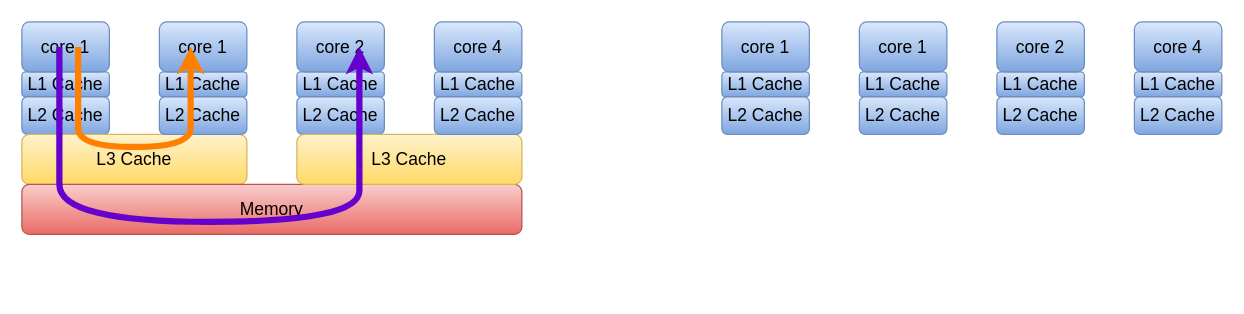
Above: verilator_digrams/通信方案.drawio in Dercury/CLDK (draw.io), before the change. Source tidied: cells renumbered, new cells numbered last; positions are measured from the earlier drawing's top-left corner, leaving out a move shared by most shapes. Both pictures are drawn from the tidied source at 125%, with x=0, y=0 at pixel (21, 21).
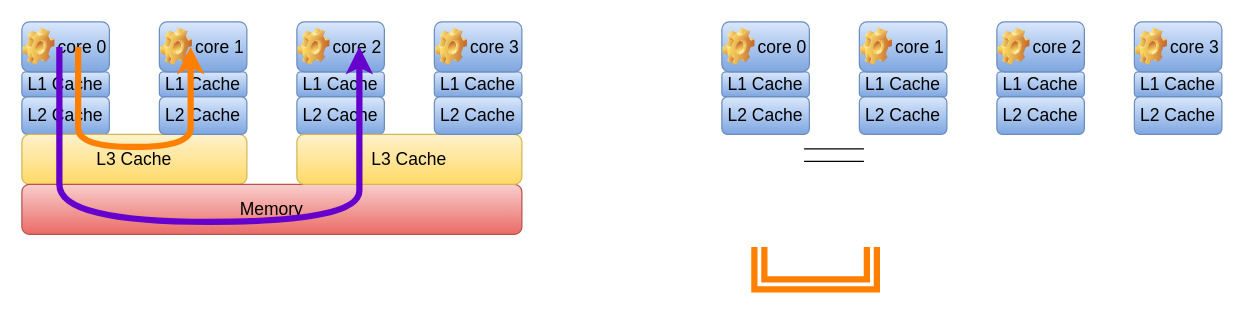
Above is the later version.

Commit message (it also covers changes not shown here):
更新通信方案.drawio

Diff of the diagram source:
```diff
@@
-    <mxCell id="3" value="core 1" style="rounded=1;whiteSpace=wrap;html=1;fillColor=#dae8fc;gradientColor=#7ea6e0;strokeColor=#6c8ebf;fontSize=14;" parent="1" vertex="1">
-      <mxGeometry width="70" height="40" as="geometry" />
-    </mxCell>
@@
-    <mxCell id="7" value="core 1" style="rounded=1;whiteSpace=wrap;html=1;fillColor=#dae8fc;gradientColor=#7ea6e0;strokeColor=#6c8ebf;fontSize=14;" parent="1" vertex="1">
-      <mxGeometry x="110" width="70" height="40" as="geometry" />
-    </mxCell>
@@
-    <mxCell id="11" value="core 2" style="rounded=1;whiteSpace=wrap;html=1;fillColor=#dae8fc;gradientColor=#7ea6e0;strokeColor=#6c8ebf;fontSize=14;" parent="1" vertex="1">
-      <mxGeometry x="220" width="70" height="40" as="geometry" />
-    </mxCell>
@@
-    <mxCell id="15" value="core 4" style="rounded=1;whiteSpace=wrap;html=1;fillColor=#dae8fc;gradientColor=#7ea6e0;strokeColor=#6c8ebf;fontSize=14;" parent="1" vertex="1">
-      <mxGeometry x="330" width="70" height="40" as="geometry" />
-    </mxCell>
@@
+    <mxCell id="19" value="L1 Cache" style="rounded=1;whiteSpace=wrap;html=1;fillColor=#dae8fc;gradientColor=#7ea6e0;strokeColor=#6c8ebf;fontSize=14;" parent="1" vertex="1">
+      <mxGeometry x="560" y="40" width="70" height="20" as="geometry" />
+    </mxCell>
+    <mxCell id="21" value="L2 Cache" style="rounded=1;whiteSpace=wrap;html=1;fillColor=#dae8fc;gradientColor=#7ea6e0;strokeColor=#6c8ebf;fontSize=14;" parent="1" vertex="1">
+      <mxGeometry x="560" y="60" width="70" height="30" as="geometry" />
+    </mxCell>
+    <mxCell id="22" value="L1 Cache" style="rounded=1;whiteSpace=wrap;html=1;fillColor=#dae8fc;gradientColor=#7ea6e0;strokeColor=#6c8ebf;fontSize=14;" parent="1" vertex="1">
+      <mxGeometry x="670" y="40" width="70" height="20" as="geometry" />
+    </mxCell>
+    <mxCell id="24" value="L2 Cache" style="rounded=1;whiteSpace=wrap;html=1;fillColor=#dae8fc;gradientColor=#7ea6e0;strokeColor=#6c8ebf;fontSize=14;" parent="1" vertex="1">
+      <mxGeometry x="670" y="60" width="70" height="30" as="geometry" />
+    </mxCell>
+    <mxCell id="25" value="L1 Cache" style="rounded=1;whiteSpace=wrap;html=1;fillColor=#dae8fc;gradientColor=#7ea6e0;strokeColor=#6c8ebf;fontSize=14;" parent="1" vertex="1">
+      <mxGeometry x="780" y="40" width="70" height="20" as="geometry" />
+    </mxCell>
+    <mxCell id="27" value="L2 Cache" style="rounded=1;whiteSpace=wrap;html=1;fillColor=#dae8fc;gradientColor=#7ea6e0;strokeColor=#6c8ebf;fontSize=14;" parent="1" vertex="1">
+      <mxGeometry x="780" y="60" width="70" height="30" as="geometry" />
+    </mxCell>
+    <mxCell id="28" value="L1 Cache" style="rounded=1;whiteSpace=wrap;html=1;fillColor=#dae8fc;gradientColor=#7ea6e0;strokeColor=#6c8ebf;fontSize=14;" parent="1" vertex="1">
+      <mxGeometry x="890" y="40" width="70" height="20" as="geometry" />
+    </mxCell>
+    <mxCell id="30" value="L2 Cache" style="rounded=1;whiteSpace=wrap;html=1;fillColor=#dae8fc;gradientColor=#7ea6e0;strokeColor=#6c8ebf;fontSize=14;" parent="1" vertex="1">
+      <mxGeometry x="890" y="60" width="70" height="30" as="geometry" />
+    </mxCell>
+    <mxCell id="31" style="shape=partialRectangle;whiteSpace=wrap;html=1;top=0;bottom=0;fillColor=none;rotation=90;" parent="1" vertex="1">
+      <mxGeometry x="644.7" y="83.1" width="10" height="46.9" as="geometry" />
+    </mxCell>
+    <mxCell id="32" style="curved=1;endArrow=classic;html=1;rounded=0;strokeColor=#FF8000;strokeWidth=5;shape=link;" parent="1" edge="1">
+      <mxGeometry relative="1" as="geometry">
+        <mxPoint x="590" y="180" as="sourcePoint" />
+        <mxPoint x="680" y="180" as="targetPoint" />
+        <Array as="points">
+          <mxPoint x="590" y="180" />
+          <mxPoint x="590" y="210" />
+          <mxPoint x="680" y="210" />
+          <mxPoint x="680" y="180" />
+        </Array>
+      </mxGeometry>
+    </mxCell>
+    <mxCell id="33" style="group;" parent="1" vertex="1">
+      <mxGeometry width="70" height="40" as="geometry" />
+    </mxCell>
+    <mxCell id="3" value="core 0" style="rounded=1;whiteSpace=wrap;html=1;fillColor=#dae8fc;gradientColor=#7ea6e0;strokeColor=#6c8ebf;fontSize=14;align=right;" parent="33" vertex="1">
+      <mxGeometry width="70" height="40" as="geometry" />
+    </mxCell>
+    <mxCell id="34" style="shape=image;html=1;verticalLabelPosition=bottom;verticalAlign=top;imageAspect=1;image=img/clipart/Gear_128x128.png;" parent="33" vertex="1">
+      <mxGeometry x="1" y="5" width="25.6" height="30" as="geometry" />
+    </mxCell>
+    <mxCell id="35" style="group;" parent="1" vertex="1">
+      <mxGeometry x="110" width="70" height="40" as="geometry" />
+    </mxCell>
+    <mxCell id="36" value="core 1" style="rounded=1;whiteSpace=wrap;html=1;fillColor=#dae8fc;gradientColor=#7ea6e0;strokeColor=#6c8ebf;fontSize=14;align=right;" parent="35" vertex="1">
+      <mxGeometry width="70" height="40" as="geometry" />
+    </mxCell>
+    <mxCell id="37" style="shape=image;html=1;verticalLabelPosition=bottom;verticalAlign=top;imageAspect=1;image=img/clipart/Gear_128x128.png;" parent="35" vertex="1">
+      <mxGeometry x="1" y="5" width="25.6" height="30" as="geometry" />
+    </mxCell>
+    <mxCell id="38" style="group;" parent="1" vertex="1">
+      <mxGeometry x="220" width="70" height="40" as="geometry" />
+    </mxCell>
+    <mxCell id="39" value="core 2" style="rounded=1;whiteSpace=wrap;html=1;fillColor=#dae8fc;gradientColor=#7ea6e0;strokeColor=#6c8ebf;fontSize=14;align=right;" parent="38" vertex="1">
+      <mxGeometry width="70" height="40" as="geometry" />
+    </mxCell>
+    <mxCell id="40" style="shape=image;html=1;verticalLabelPosition=bottom;verticalAlign=top;imageAspect=1;image=img/clipart/Gear_128x128.png;" parent="38" vertex="1">
+      <mxGeometry x="1" y="5" width="25.6" height="30" as="geometry" />
+    </mxCell>
+    <mxCell id="41" style="group;" parent="1" vertex="1">
+      <mxGeometry x="330" width="70" height="40" as="geometry" />
+    </mxCell>
+    <mxCell id="42" value="core 3" style="rounded=1;whiteSpace=wrap;html=1;fillColor=#dae8fc;gradientColor=#7ea6e0;strokeColor=#6c8ebf;fontSize=14;align=right;" parent="41" vertex="1">
+      <mxGeometry width="70" height="40" as="geometry" />
+    </mxCell>
+    <mxCell id="43" style="shape=image;html=1;verticalLabelPosition=bottom;verticalAlign=top;imageAspect=1;image=img/clipart/Gear_128x128.png;" parent="41" vertex="1">
+      <mxGeometry x="1" y="5" width="25.6" height="30" as="geometry" />
+    </mxCell>
@@
-    <mxCell id="19" value="L1 Cache" style="rounded=1;whiteSpace=wrap;html=1;fillColor=#dae8fc;gradientColor=#7ea6e0;strokeColor=#6c8ebf;fontSize=14;" parent="1" vertex="1">
-      <mxGeometry x="560" y="40" width="70" height="20" as="geometry" />
-    </mxCell>
-    <mxCell id="20" value="core 1" style="rounded=1;whiteSpace=wrap;html=1;fillColor=#dae8fc;gradientColor=#7ea6e0;strokeColor=#6c8ebf;fontSize=14;" parent="1" vertex="1">
-      <mxGeometry x="560" width="70" height="40" as="geometry" />
-    </mxCell>
-    <mxCell id="21" value="L2 Cache" style="rounded=1;whiteSpace=wrap;html=1;fillColor=#dae8fc;gradientColor=#7ea6e0;strokeColor=#6c8ebf;fontSize=14;" parent="1" vertex="1">
-      <mxGeometry x="560" y="60" width="70" height="30" as="geometry" />
-    </mxCell>
-    <mxCell id="22" value="L1 Cache" style="rounded=1;whiteSpace=wrap;html=1;fillColor=#dae8fc;gradientColor=#7ea6e0;strokeColor=#6c8ebf;fontSize=14;" parent="1" vertex="1">
-      <mxGeometry x="670" y="40" width="70" height="20" as="geometry" />
-    </mxCell>
-    <mxCell id="23" value="core 1" style="rounded=1;whiteSpace=wrap;html=1;fillColor=#dae8fc;gradientColor=#7ea6e0;strokeColor=#6c8ebf;fontSize=14;" parent="1" vertex="1">
-      <mxGeometry x="670" width="70" height="40" as="geometry" />
-    </mxCell>
-    <mxCell id="24" value="L2 Cache" style="rounded=1;whiteSpace=wrap;html=1;fillColor=#dae8fc;gradientColor=#7ea6e0;strokeColor=#6c8ebf;fontSize=14;" parent="1" vertex="1">
-      <mxGeometry x="670" y="60" width="70" height="30" as="geometry" />
-    </mxCell>
-    <mxCell id="25" value="L1 Cache" style="rounded=1;whiteSpace=wrap;html=1;fillColor=#dae8fc;gradientColor=#7ea6e0;strokeColor=#6c8ebf;fontSize=14;" parent="1" vertex="1">
-      <mxGeometry x="780" y="40" width="70" height="20" as="geometry" />
-    </mxCell>
-    <mxCell id="26" value="core 2" style="rounded=1;whiteSpace=wrap;html=1;fillColor=#dae8fc;gradientColor=#7ea6e0;strokeColor=#6c8ebf;fontSize=14;" parent="1" vertex="1">
-      <mxGeometry x="780" width="70" height="40" as="geometry" />
-    </mxCell>
-    <mxCell id="27" value="L2 Cache" style="rounded=1;whiteSpace=wrap;html=1;fillColor=#dae8fc;gradientColor=#7ea6e0;strokeColor=#6c8ebf;fontSize=14;" parent="1" vertex="1">
-      <mxGeometry x="780" y="60" width="70" height="30" as="geometry" />
-    </mxCell>
-    <mxCell id="28" value="L1 Cache" style="rounded=1;whiteSpace=wrap;html=1;fillColor=#dae8fc;gradientColor=#7ea6e0;strokeColor=#6c8ebf;fontSize=14;" parent="1" vertex="1">
-      <mxGeometry x="890" y="40" width="70" height="20" as="geometry" />
-    </mxCell>
-    <mxCell id="29" value="core 4" style="rounded=1;whiteSpace=wrap;html=1;fillColor=#dae8fc;gradientColor=#7ea6e0;strokeColor=#6c8ebf;fontSize=14;" parent="1" vertex="1">
-      <mxGeometry x="890" width="70" height="40" as="geometry" />
-    </mxCell>
-    <mxCell id="30" value="L2 Cache" style="rounded=1;whiteSpace=wrap;html=1;fillColor=#dae8fc;gradientColor=#7ea6e0;strokeColor=#6c8ebf;fontSize=14;" parent="1" vertex="1">
-      <mxGeometry x="890" y="60" width="70" height="30" as="geometry" />
-    </mxCell>
+    <mxCell id="44" style="group;" parent="1" vertex="1">
+      <mxGeometry x="560" width="70" height="40" as="geometry" />
+    </mxCell>
+    <mxCell id="45" value="core 0" style="rounded=1;whiteSpace=wrap;html=1;fillColor=#dae8fc;gradientColor=#7ea6e0;strokeColor=#6c8ebf;fontSize=14;align=right;" parent="44" vertex="1">
+      <mxGeometry width="70" height="40" as="geometry" />
+    </mxCell>
+    <mxCell id="46" style="shape=image;html=1;verticalLabelPosition=bottom;verticalAlign=top;imageAspect=1;image=img/clipart/Gear_128x128.png;" parent="44" vertex="1">
+      <mxGeometry x="1" y="5" width="25.6" height="30" as="geometry" />
+    </mxCell>
+    <mxCell id="47" style="group;" parent="1" vertex="1">
+      <mxGeometry x="670" width="70" height="40" as="geometry" />
+    </mxCell>
+    <mxCell id="48" value="core 1" style="rounded=1;whiteSpace=wrap;html=1;fillColor=#dae8fc;gradientColor=#7ea6e0;strokeColor=#6c8ebf;fontSize=14;align=right;" parent="47" vertex="1">
+      <mxGeometry width="70" height="40" as="geometry" />
+    </mxCell>
+    <mxCell id="49" style="shape=image;html=1;verticalLabelPosition=bottom;verticalAlign=top;imageAspect=1;image=img/clipart/Gear_128x128.png;" parent="47" vertex="1">
+      <mxGeometry x="1" y="5" width="25.6" height="30" as="geometry" />
+    </mxCell>
+    <mxCell id="50" style="group;" parent="1" vertex="1">
+      <mxGeometry x="780" width="70" height="40" as="geometry" />
+    </mxCell>
+    <mxCell id="51" value="core 2" style="rounded=1;whiteSpace=wrap;html=1;fillColor=#dae8fc;gradientColor=#7ea6e0;strokeColor=#6c8ebf;fontSize=14;align=right;" parent="50" vertex="1">
+      <mxGeometry width="70" height="40" as="geometry" />
+    </mxCell>
+    <mxCell id="52" style="shape=image;html=1;verticalLabelPosition=bottom;verticalAlign=top;imageAspect=1;image=img/clipart/Gear_128x128.png;" parent="50" vertex="1">
+      <mxGeometry x="1" y="5" width="25.6" height="30" as="geometry" />
+    </mxCell>
+    <mxCell id="53" style="group;" parent="1" vertex="1">
+      <mxGeometry x="890" width="70" height="40" as="geometry" />
+    </mxCell>
+    <mxCell id="54" value="core 3" style="rounded=1;whiteSpace=wrap;html=1;fillColor=#dae8fc;gradientColor=#7ea6e0;strokeColor=#6c8ebf;fontSize=14;align=right;" parent="53" vertex="1">
+      <mxGeometry width="70" height="40" as="geometry" />
+    </mxCell>
+    <mxCell id="55" style="shape=image;html=1;verticalLabelPosition=bottom;verticalAlign=top;imageAspect=1;image=img/clipart/Gear_128x128.png;" parent="53" vertex="1">
+      <mxGeometry x="1" y="5" width="25.6" height="30" as="geometry" />
+    </mxCell>
```
